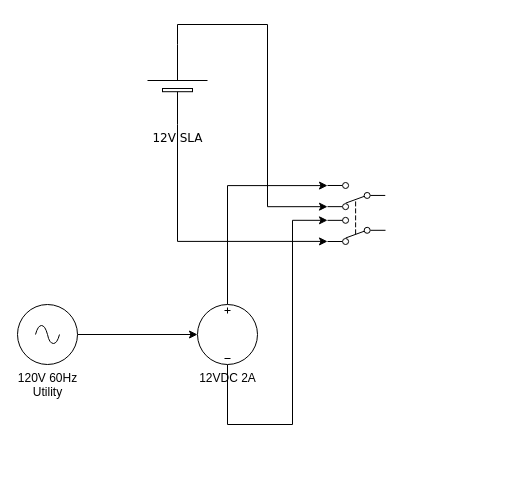
This is bot-notes/wire-management/battery_system.drawio from digitalhabitat/gardenbot, a draw.io file, before an edit. Source tidied: cells renumbered, new cells numbered last; positions are measured from the earlier drawing's top-left corner, leaving out a move shared by most shapes. Both pictures are drawn from the tidied source at 100%, with x=0, y=0 at pixel (17, 44).
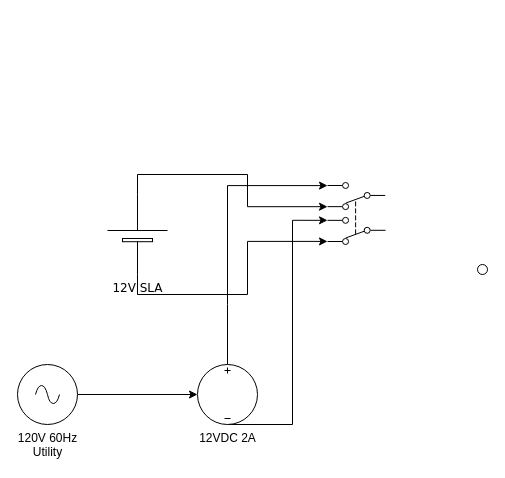
The same diagram, later.

What changed in the source:
```diff
@@
 <mxGraphModel>
   <root>
     <mxCell id="0" />
     <mxCell id="1" parent="0" />
     <mxCell id="2" style="edgeStyle=orthogonalEdgeStyle;rounded=0;jettySize=auto;html=1;exitX=1;exitY=0.5;exitDx=0;exitDy=0;exitPerimeter=0;entryX=1;entryY=0.61;entryDx=0;entryDy=0;entryPerimeter=0;" parent="1" edge="1" source="4" target="10">
       <mxGeometry relative="1" as="geometry" />
     </mxCell>
     <mxCell id="3" style="edgeStyle=orthogonalEdgeStyle;rounded=0;jettySize=auto;html=1;exitX=0;exitY=0.5;exitDx=0;exitDy=0;exitPerimeter=0;entryX=1;entryY=0.05;entryDx=0;entryDy=0;entryPerimeter=0;" parent="1" edge="1" source="4" target="10">
       <mxGeometry relative="1" as="geometry" />
     </mxCell>
     <mxCell id="4" value="12V SLA" style="verticalLabelPosition=bottom;shadow=0;dashed=0;align=center;fillColor=default;html=1;verticalAlign=top;strokeWidth=1;shape=mxgraph.electrical.miscellaneous.monocell_battery;rounded=1;comic=0;labelBackgroundColor=none;fontFamily=Verdana;fontSize=12;flipH=1;direction=north;" parent="1" vertex="1">
-      <mxGeometry x="130" width="60" height="80" as="geometry" />
+      <mxGeometry x="90" y="150" width="60" height="80" as="geometry" />
     </mxCell>
     <mxCell id="5" style="edgeStyle=orthogonalEdgeStyle;rounded=0;jettySize=auto;html=1;entryX=0;entryY=0.5;entryDx=0;entryDy=0;entryPerimeter=0;" parent="1" edge="1" source="6" target="9">
       <mxGeometry relative="1" as="geometry" />
     </mxCell>
     <mxCell id="6" value="120V 60Hz&lt;br&gt;Utility" style="verticalLabelPosition=bottom;shadow=0;dashed=0;align=center;html=1;verticalAlign=top;shape=mxgraph.electrical.signal_sources.source;points=[[0.5,0,0],[1,0.5,0],[0.5,1,0],[0,0.5,0]];elSignalType=ac;fillColor=default;" parent="1" vertex="1">
-      <mxGeometry y="260" width="60" height="60" as="geometry" />
+      <mxGeometry y="320" width="60" height="60" as="geometry" />
     </mxCell>
     <mxCell id="7" style="edgeStyle=orthogonalEdgeStyle;rounded=0;jettySize=auto;html=1;exitX=0.5;exitY=0;exitDx=0;exitDy=0;exitPerimeter=0;entryX=1;entryY=0.95;entryDx=0;entryDy=0;entryPerimeter=0;" parent="1" edge="1" source="9" target="10">
       <mxGeometry relative="1" as="geometry">
         <Array as="points">
           <mxPoint x="210" y="260" />
           <mxPoint x="210" y="141" />
         </Array>
       </mxGeometry>
     </mxCell>
     <mxCell id="8" style="edgeStyle=orthogonalEdgeStyle;rounded=0;jettySize=auto;html=1;exitX=0.5;exitY=1;exitDx=0;exitDy=0;exitPerimeter=0;entryX=1;entryY=0.39;entryDx=0;entryDy=0;entryPerimeter=0;" parent="1" edge="1" source="9" target="10">
       <mxGeometry relative="1" as="geometry">
         <Array as="points">
           <mxPoint x="210" y="380" />
           <mxPoint x="275" y="380" />
           <mxPoint x="275" y="176" />
         </Array>
       </mxGeometry>
     </mxCell>
-    <mxCell id="9" value="12VDC 2A" style="verticalLabelPosition=bottom;shadow=0;dashed=0;align=center;html=1;verticalAlign=top;shape=mxgraph.electrical.signal_sources.source;points=[[0.5,0,0],[1,0.5,0],[0.5,1,0],[0,0.5,0]];elSignalType=dc3;fillColor=default;" parent="1" vertex="1">
-      <mxGeometry x="180" y="260" width="60" height="60" as="geometry" />
+    <mxCell id="9" value="12VDC 2A" style="verticalLabelPosition=bottom;shadow=0;dashed=0;align=center;html=1;verticalAlign=top;shape=mxgraph.electrical.signal_sources.source;points=[[0.5,0,0],[1,0.5,0],[0.5,1,0],[0,0.5,0]];elSignalType=dc3;fillColor=default;horizontal=1;" parent="1" vertex="1">
+      <mxGeometry x="180" y="320" width="60" height="60" as="geometry" />
     </mxCell>
     <mxCell id="10" style="verticalLabelPosition=bottom;shadow=0;dashed=0;align=center;html=1;verticalAlign=top;shape=mxgraph.electrical.electro-mechanical.dpdt2;fillColor=default;direction=west;" parent="1" vertex="1">
       <mxGeometry x="310" y="138" width="58" height="62" as="geometry" />
     </mxCell>
+    <mxCell id="11" style="verticalLabelPosition=bottom;shadow=0;dashed=0;align=center;html=1;verticalAlign=top;strokeWidth=1;shape=ellipse;" parent="1" vertex="1">
+      <mxGeometry x="460" y="220" width="10" height="10" as="geometry" />
+    </mxCell>
   </root>
 </mxGraphModel>
```
